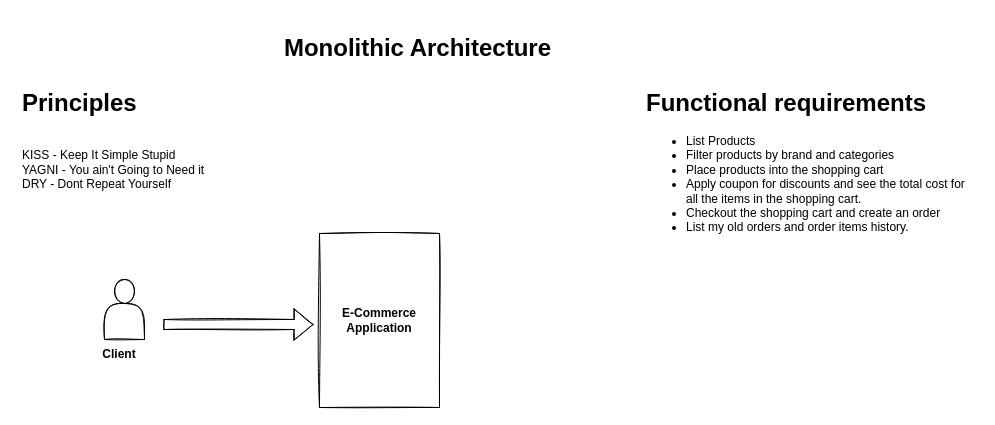
The draw.io diagram Monolithic.drawio in kiranivaturi/design_patterns_diagrams, before the edit. Source tidied: cells renumbered, new cells numbered last; positions are measured from the earlier drawing's top-left corner, leaving out a move shared by most shapes. Both pictures are drawn from the tidied source at 100%, with x=0, y=0 at pixel (17, 30).
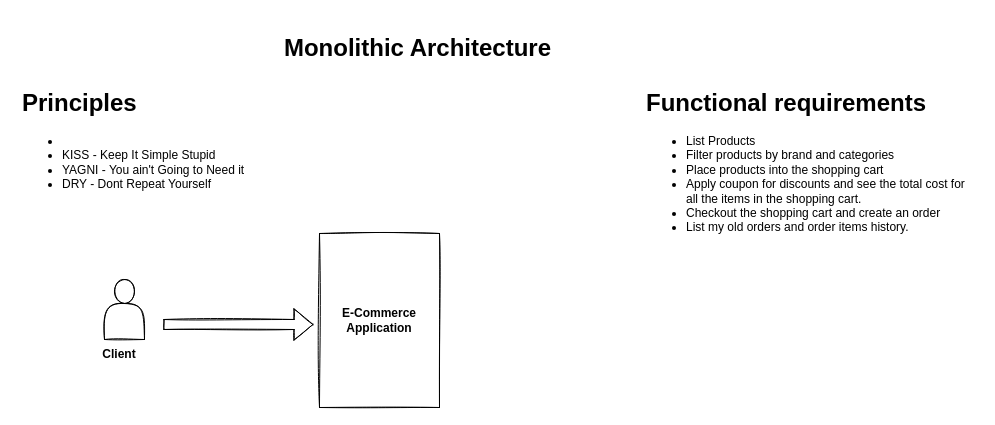
The same diagram, later.

The edit, as a diff of the source:
```diff
@@
 <mxGraphModel>
   <root>
     <mxCell id="0" />
     <mxCell id="1" parent="0" />
     <mxCell id="2" value="&lt;h1&gt;Functional requirements&lt;/h1&gt;&lt;p&gt;&lt;ul&gt;&lt;li&gt;List Products&lt;/li&gt;&lt;li&gt;Filter products by brand and categories&lt;/li&gt;&lt;li&gt;Place products into the shopping cart&lt;/li&gt;&lt;li&gt;Apply coupon for discounts and see the total cost for all the items in the shopping cart.&lt;/li&gt;&lt;li&gt;Checkout the shopping cart and create an order&lt;/li&gt;&lt;li&gt;List my old orders and order items history.&lt;/li&gt;&lt;/ul&gt;&lt;/p&gt;&lt;p&gt;&lt;br&gt;&lt;/p&gt;&lt;p&gt;&lt;br&gt;&lt;/p&gt;" style="text;html=1;strokeColor=none;fillColor=none;spacing=5;spacingTop=-20;whiteSpace=wrap;overflow=hidden;rounded=0;sketch=1;" parent="1" vertex="1">
       <mxGeometry x="624" y="53" width="337" height="164" as="geometry" />
     </mxCell>
-    <mxCell id="3" value="&lt;h1&gt;Principles&lt;/h1&gt;&lt;div&gt;&lt;br&gt;&lt;/div&gt;&lt;div&gt;KISS - Keep It Simple Stupid&lt;/div&gt;&lt;div&gt;YAGNI - You ain't Going to Need it&lt;/div&gt;&lt;div&gt;DRY - Dont Repeat Yourself&lt;/div&gt;" style="text;html=1;strokeColor=none;fillColor=none;spacing=5;spacingTop=-20;whiteSpace=wrap;overflow=hidden;rounded=0;sketch=1;" parent="1" vertex="1">
-      <mxGeometry y="53" width="204" height="120" as="geometry" />
+    <mxCell id="3" value="&lt;h1&gt;Principles&lt;/h1&gt;&lt;div&gt;&lt;ul&gt;&lt;li&gt;&lt;br&gt;&lt;/li&gt;&lt;li&gt;KISS - Keep It Simple Stupid&lt;/li&gt;&lt;li&gt;YAGNI - You ain't Going to Need it&lt;/li&gt;&lt;li&gt;DRY - Dont Repeat Yourself&lt;/li&gt;&lt;/ul&gt;&lt;/div&gt;" style="text;html=1;strokeColor=none;fillColor=none;spacing=5;spacingTop=-20;whiteSpace=wrap;overflow=hidden;rounded=0;sketch=1;" parent="1" vertex="1">
+      <mxGeometry y="53" width="242" height="120" as="geometry" />
     </mxCell>
     <mxCell id="4" value="&lt;h1&gt;Monolithic Architecture&lt;/h1&gt;" style="text;html=1;strokeColor=none;fillColor=none;align=center;verticalAlign=middle;whiteSpace=wrap;rounded=0;sketch=1;" parent="1" vertex="1">
       <mxGeometry x="234" width="333" height="35" as="geometry" />
     </mxCell>
     <mxCell id="5" style="shape=actor;whiteSpace=wrap;html=1;sketch=1;" parent="1" vertex="1">
       <mxGeometry x="87" y="249" width="40" height="60" as="geometry" />
     </mxCell>
     <mxCell id="6" value="&lt;b&gt;Client&lt;/b&gt;" style="text;html=1;strokeColor=none;fillColor=none;align=center;verticalAlign=middle;whiteSpace=wrap;rounded=0;sketch=1;" parent="1" vertex="1">
       <mxGeometry x="72" y="309" width="60" height="30" as="geometry" />
     </mxCell>
     <mxCell id="7" value="&lt;b&gt;E-Commerce Application&lt;/b&gt;" style="rounded=0;whiteSpace=wrap;html=1;sketch=1;" parent="1" vertex="1">
       <mxGeometry x="302" y="203" width="120" height="174" as="geometry" />
     </mxCell>
     <mxCell id="8" style="shape=flexArrow;endArrow=classic;html=1;rounded=0;sketch=1;" parent="1" edge="1">
       <mxGeometry relative="1" as="geometry">
         <mxPoint x="146" y="294" as="sourcePoint" />
         <mxPoint x="296" y="294" as="targetPoint" />
       </mxGeometry>
     </mxCell>
   </root>
 </mxGraphModel>
```
